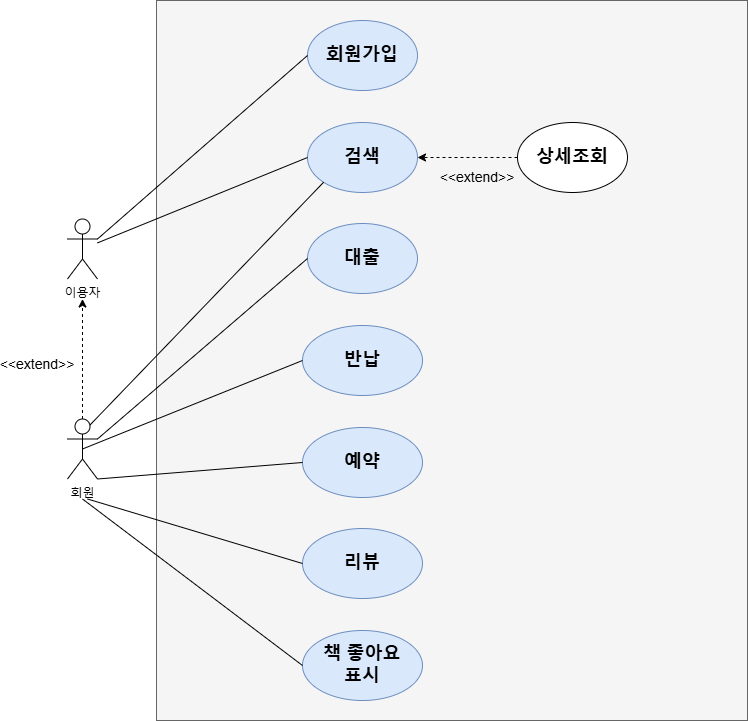
Earlier version of the draw.io export Docs/도서관리_Usecase.png (minjuKwon/library-app). Source tidied: cells renumbered, new cells last; positions are measured from the earlier drawing's top-left corner, leaving out a move shared by most shapes. Source of this version:
```xml
<mxGraphModel>
  <root>
    <mxCell id="0" />
    <mxCell id="1" parent="0" />
    <mxCell id="2" style="rounded=0;whiteSpace=wrap;html=1;fillColor=#f5f5f5;fontColor=#333333;strokeColor=#666666;" parent="1" vertex="1">
      <mxGeometry x="149" width="591" height="720" as="geometry" />
    </mxCell>
    <mxCell id="3" value="&lt;span style=&quot;font-size: 18px;&quot;&gt;&lt;b&gt;검색&lt;/b&gt;&lt;/span&gt;" style="ellipse;whiteSpace=wrap;html=1;fillColor=#dae8fc;strokeColor=#6c8ebf;" parent="1" vertex="1">
      <mxGeometry x="300" y="122" width="110" height="70" as="geometry" />
    </mxCell>
    <mxCell id="4" value="&lt;span style=&quot;font-size: 18px;&quot;&gt;&lt;b&gt;회원가입&lt;/b&gt;&lt;/span&gt;" style="ellipse;whiteSpace=wrap;html=1;fillColor=#dae8fc;strokeColor=#6c8ebf;" parent="1" vertex="1">
      <mxGeometry x="300" y="20" width="110" height="70" as="geometry" />
    </mxCell>
    <mxCell id="5" value="&lt;span style=&quot;font-size: 18px;&quot;&gt;&lt;b&gt;대출&lt;br&gt;&lt;/b&gt;&lt;/span&gt;" style="ellipse;whiteSpace=wrap;html=1;fillColor=#dae8fc;strokeColor=#6c8ebf;" parent="1" vertex="1">
      <mxGeometry x="300" y="223" width="110" height="70" as="geometry" />
    </mxCell>
    <mxCell id="6" value="&lt;span style=&quot;font-size: 18px;&quot;&gt;&lt;b&gt;반납&lt;br&gt;&lt;/b&gt;&lt;/span&gt;" style="ellipse;whiteSpace=wrap;html=1;fillColor=#dae8fc;strokeColor=#6c8ebf;" parent="1" vertex="1">
      <mxGeometry x="295" y="325" width="120" height="70" as="geometry" />
    </mxCell>
    <mxCell id="7" value="&lt;span style=&quot;font-size: 18px;&quot;&gt;&lt;b&gt;예약&lt;/b&gt;&lt;/span&gt;" style="ellipse;whiteSpace=wrap;html=1;fillColor=#dae8fc;strokeColor=#6c8ebf;" parent="1" vertex="1">
      <mxGeometry x="295" y="427" width="120" height="70" as="geometry" />
    </mxCell>
    <mxCell id="8" style="endArrow=none;html=1;rounded=0;entryX=0;entryY=0.5;entryDx=0;entryDy=0;" parent="1" edge="1" source="24" target="3">
      <mxGeometry relative="1" as="geometry" />
    </mxCell>
    <mxCell id="9" style="endArrow=none;html=1;rounded=0;entryX=0;entryY=0.5;entryDx=0;entryDy=0;exitX=1;exitY=0.3333333333333333;exitDx=0;exitDy=0;exitPerimeter=0;" parent="1" edge="1" source="24" target="4">
      <mxGeometry relative="1" as="geometry" />
    </mxCell>
    <mxCell id="10" style="endArrow=none;html=1;rounded=0;entryX=0;entryY=0.5;entryDx=0;entryDy=0;exitX=1;exitY=0.3333333333333333;exitDx=0;exitDy=0;exitPerimeter=0;" parent="1" edge="1" source="22" target="5">
      <mxGeometry relative="1" as="geometry" />
    </mxCell>
    <mxCell id="11" style="endArrow=none;html=1;rounded=0;entryX=0;entryY=0.5;entryDx=0;entryDy=0;exitX=0.5;exitY=0.5;exitDx=0;exitDy=0;exitPerimeter=0;" parent="1" edge="1" source="22" target="6">
      <mxGeometry relative="1" as="geometry" />
    </mxCell>
    <mxCell id="12" style="endArrow=none;html=1;rounded=0;exitX=1;exitY=1;exitDx=0;exitDy=0;exitPerimeter=0;entryX=0;entryY=0.5;entryDx=0;entryDy=0;" parent="1" edge="1" source="22" target="7">
      <mxGeometry relative="1" as="geometry" />
    </mxCell>
    <mxCell id="13" value="&lt;b&gt;&lt;font style=&quot;font-size: 18px;&quot;&gt;상세조회&lt;br&gt;&lt;/font&gt;&lt;/b&gt;" style="ellipse;whiteSpace=wrap;html=1;" parent="1" vertex="1">
      <mxGeometry x="510" y="122" width="110" height="70" as="geometry" />
    </mxCell>
    <mxCell id="14" style="endArrow=classic;html=1;rounded=0;entryX=1;entryY=0.5;entryDx=0;entryDy=0;dashed=1;" parent="1" edge="1" source="13" target="3">
      <mxGeometry relative="1" as="geometry" />
    </mxCell>
    <mxCell id="15" value="&amp;lt;&amp;lt;extend&amp;gt;&amp;gt;" style="text;html=1;strokeColor=none;fillColor=none;align=center;verticalAlign=middle;whiteSpace=wrap;rounded=0;fontSize=14;" parent="1" vertex="1">
      <mxGeometry x="440" y="162" width="60" height="30" as="geometry" />
    </mxCell>
    <mxCell id="16" value="&lt;span style=&quot;font-size: 18px;&quot;&gt;&lt;b&gt;리뷰&lt;/b&gt;&lt;/span&gt;" style="ellipse;whiteSpace=wrap;html=1;fillColor=#dae8fc;strokeColor=#6c8ebf;" parent="1" vertex="1">
      <mxGeometry x="295" y="528" width="120" height="70" as="geometry" />
    </mxCell>
    <mxCell id="17" style="endArrow=none;html=1;rounded=0;entryX=0;entryY=1;entryDx=0;entryDy=0;exitX=0.75;exitY=0.1;exitDx=0;exitDy=0;exitPerimeter=0;" parent="1" edge="1" source="22" target="3">
      <mxGeometry relative="1" as="geometry" />
    </mxCell>
    <mxCell id="18" style="endArrow=none;html=1;rounded=0;entryX=0;entryY=0.5;entryDx=0;entryDy=0;" parent="1" edge="1" target="16">
      <mxGeometry relative="1" as="geometry">
        <mxPoint x="80" y="498.5" as="sourcePoint" />
      </mxGeometry>
    </mxCell>
    <mxCell id="19" value="&lt;span style=&quot;font-size: 18px;&quot;&gt;&lt;b&gt;책 좋아요&lt;br&gt;표시&lt;/b&gt;&lt;/span&gt;" style="ellipse;whiteSpace=wrap;html=1;fillColor=#dae8fc;strokeColor=#6c8ebf;" parent="1" vertex="1">
      <mxGeometry x="295" y="630" width="120" height="70" as="geometry" />
    </mxCell>
    <mxCell id="20" style="endArrow=none;html=1;rounded=0;entryX=0;entryY=0.5;entryDx=0;entryDy=0;" parent="1" edge="1" target="19">
      <mxGeometry relative="1" as="geometry">
        <mxPoint x="75" y="498.5" as="sourcePoint" />
      </mxGeometry>
    </mxCell>
    <mxCell id="21" style="group;" parent="1" vertex="1">
      <mxGeometry y="218.5" width="90" height="260" as="geometry" />
    </mxCell>
    <mxCell id="22" value="회원" style="shape=umlActor;verticalLabelPosition=bottom;verticalAlign=top;html=1;outlineConnect=0;" parent="21" vertex="1">
      <mxGeometry x="60" y="200" width="30" height="60" as="geometry" />
    </mxCell>
    <mxCell id="23" style="group;" parent="21" vertex="1">
      <mxGeometry width="90" height="160" as="geometry" />
    </mxCell>
    <mxCell id="24" value="이용자" style="shape=umlActor;verticalLabelPosition=bottom;verticalAlign=top;html=1;outlineConnect=0;" parent="23" vertex="1">
      <mxGeometry x="60" width="30" height="60" as="geometry" />
    </mxCell>
    <mxCell id="25" style="endArrow=classic;html=1;rounded=0;exitX=0.5;exitY=0;exitDx=0;exitDy=0;exitPerimeter=0;dashed=1;" parent="23" edge="1" source="22">
      <mxGeometry relative="1" as="geometry">
        <mxPoint x="75" y="80" as="targetPoint" />
      </mxGeometry>
    </mxCell>
    <mxCell id="26" value="&amp;lt;&amp;lt;extend&amp;gt;&amp;gt;" style="text;html=1;strokeColor=none;fillColor=none;align=center;verticalAlign=middle;whiteSpace=wrap;rounded=0;fontSize=14;rotation=0;" parent="23" vertex="1">
      <mxGeometry y="130" width="60" height="30" as="geometry" />
    </mxCell>
  </root>
</mxGraphModel>
```
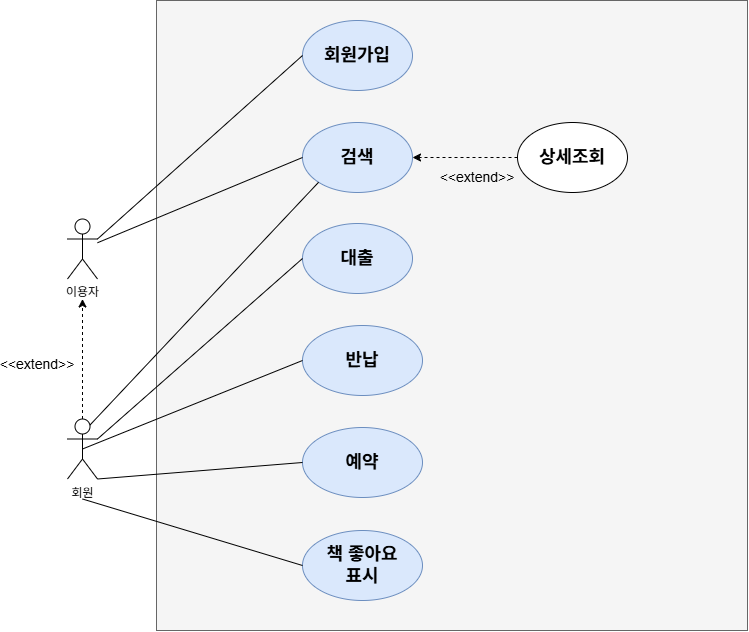
The same file after the commit.

The edit, as a diff of the source:
```diff
@@ -2,23 +2,23 @@
   <root>
     <mxCell id="0" />
     <mxCell id="1" parent="0" />
-    <mxCell id="2" style="rounded=0;whiteSpace=wrap;html=1;fillColor=#f5f5f5;fontColor=#333333;strokeColor=#666666;" parent="1" vertex="1">
-      <mxGeometry x="149" width="591" height="720" as="geometry" />
-    </mxCell>
+    <mxCell id="27" style="rounded=0;whiteSpace=wrap;html=1;fillColor=#f5f5f5;fontColor=#333333;strokeColor=#666666;" parent="1" vertex="1">
+      <mxGeometry x="189" y="40" width="591" height="630" as="geometry" />
+    </mxCell>
     <mxCell id="3" value="&lt;span style=&quot;font-size: 18px;&quot;&gt;&lt;b&gt;검색&lt;/b&gt;&lt;/span&gt;" style="ellipse;whiteSpace=wrap;html=1;fillColor=#dae8fc;strokeColor=#6c8ebf;" parent="1" vertex="1">
-      <mxGeometry x="300" y="122" width="110" height="70" as="geometry" />
+      <mxGeometry x="335" y="162" width="110" height="70" as="geometry" />
     </mxCell>
     <mxCell id="4" value="&lt;span style=&quot;font-size: 18px;&quot;&gt;&lt;b&gt;회원가입&lt;/b&gt;&lt;/span&gt;" style="ellipse;whiteSpace=wrap;html=1;fillColor=#dae8fc;strokeColor=#6c8ebf;" parent="1" vertex="1">
-      <mxGeometry x="300" y="20" width="110" height="70" as="geometry" />
+      <mxGeometry x="335" y="60" width="110" height="70" as="geometry" />
     </mxCell>
     <mxCell id="5" value="&lt;span style=&quot;font-size: 18px;&quot;&gt;&lt;b&gt;대출&lt;br&gt;&lt;/b&gt;&lt;/span&gt;" style="ellipse;whiteSpace=wrap;html=1;fillColor=#dae8fc;strokeColor=#6c8ebf;" parent="1" vertex="1">
-      <mxGeometry x="300" y="223" width="110" height="70" as="geometry" />
+      <mxGeometry x="335" y="263" width="110" height="70" as="geometry" />
     </mxCell>
     <mxCell id="6" value="&lt;span style=&quot;font-size: 18px;&quot;&gt;&lt;b&gt;반납&lt;br&gt;&lt;/b&gt;&lt;/span&gt;" style="ellipse;whiteSpace=wrap;html=1;fillColor=#dae8fc;strokeColor=#6c8ebf;" parent="1" vertex="1">
-      <mxGeometry x="295" y="325" width="120" height="70" as="geometry" />
+      <mxGeometry x="335" y="365" width="120" height="70" as="geometry" />
     </mxCell>
     <mxCell id="7" value="&lt;span style=&quot;font-size: 18px;&quot;&gt;&lt;b&gt;예약&lt;/b&gt;&lt;/span&gt;" style="ellipse;whiteSpace=wrap;html=1;fillColor=#dae8fc;strokeColor=#6c8ebf;" parent="1" vertex="1">
-      <mxGeometry x="295" y="427" width="120" height="70" as="geometry" />
+      <mxGeometry x="335" y="467" width="120" height="70" as="geometry" />
     </mxCell>
     <mxCell id="8" style="endArrow=none;html=1;rounded=0;entryX=0;entryY=0.5;entryDx=0;entryDy=0;" parent="1" edge="1" source="24" target="3">
       <mxGeometry relative="1" as="geometry" />
@@ -36,50 +36,42 @@
       <mxGeometry relative="1" as="geometry" />
     </mxCell>
     <mxCell id="13" value="&lt;b&gt;&lt;font style=&quot;font-size: 18px;&quot;&gt;상세조회&lt;br&gt;&lt;/font&gt;&lt;/b&gt;" style="ellipse;whiteSpace=wrap;html=1;" parent="1" vertex="1">
-      <mxGeometry x="510" y="122" width="110" height="70" as="geometry" />
+      <mxGeometry x="550" y="162" width="110" height="70" as="geometry" />
     </mxCell>
     <mxCell id="14" style="endArrow=classic;html=1;rounded=0;entryX=1;entryY=0.5;entryDx=0;entryDy=0;dashed=1;" parent="1" edge="1" source="13" target="3">
       <mxGeometry relative="1" as="geometry" />
     </mxCell>
     <mxCell id="15" value="&amp;lt;&amp;lt;extend&amp;gt;&amp;gt;" style="text;html=1;strokeColor=none;fillColor=none;align=center;verticalAlign=middle;whiteSpace=wrap;rounded=0;fontSize=14;" parent="1" vertex="1">
-      <mxGeometry x="440" y="162" width="60" height="30" as="geometry" />
+      <mxGeometry x="480" y="202" width="60" height="30" as="geometry" />
     </mxCell>
-    <mxCell id="16" value="&lt;span style=&quot;font-size: 18px;&quot;&gt;&lt;b&gt;리뷰&lt;/b&gt;&lt;/span&gt;" style="ellipse;whiteSpace=wrap;html=1;fillColor=#dae8fc;strokeColor=#6c8ebf;" parent="1" vertex="1">
-      <mxGeometry x="295" y="528" width="120" height="70" as="geometry" />
-    </mxCell>
     <mxCell id="17" style="endArrow=none;html=1;rounded=0;entryX=0;entryY=1;entryDx=0;entryDy=0;exitX=0.75;exitY=0.1;exitDx=0;exitDy=0;exitPerimeter=0;" parent="1" edge="1" source="22" target="3">
       <mxGeometry relative="1" as="geometry" />
     </mxCell>
-    <mxCell id="18" style="endArrow=none;html=1;rounded=0;entryX=0;entryY=0.5;entryDx=0;entryDy=0;" parent="1" edge="1" target="16">
-      <mxGeometry relative="1" as="geometry">
-        <mxPoint x="80" y="498.5" as="sourcePoint" />
-      </mxGeometry>
-    </mxCell>
     <mxCell id="19" value="&lt;span style=&quot;font-size: 18px;&quot;&gt;&lt;b&gt;책 좋아요&lt;br&gt;표시&lt;/b&gt;&lt;/span&gt;" style="ellipse;whiteSpace=wrap;html=1;fillColor=#dae8fc;strokeColor=#6c8ebf;" parent="1" vertex="1">
-      <mxGeometry x="295" y="630" width="120" height="70" as="geometry" />
+      <mxGeometry x="335" y="570" width="120" height="70" as="geometry" />
     </mxCell>
-    <mxCell id="20" style="endArrow=none;html=1;rounded=0;entryX=0;entryY=0.5;entryDx=0;entryDy=0;" parent="1" edge="1" target="19">
-      <mxGeometry relative="1" as="geometry">
-        <mxPoint x="75" y="498.5" as="sourcePoint" />
-      </mxGeometry>
-    </mxCell>
-    <mxCell id="21" style="group;" parent="1" vertex="1">
-      <mxGeometry y="218.5" width="90" height="260" as="geometry" />
-    </mxCell>
+    <mxCell id="28" style="endArrow=none;html=1;rounded=0;entryX=0;entryY=0.5;entryDx=0;entryDy=0;" parent="1" edge="1" target="19">
+      <mxGeometry relative="1" as="geometry">
+        <mxPoint x="115" y="538.5" as="sourcePoint" />
+      </mxGeometry>
+    </mxCell>
+    <mxCell id="29" style="group;" parent="1" vertex="1">
+      <mxGeometry x="40" y="258.5" width="90" height="260" as="geometry" />
+    </mxCell>
-    <mxCell id="22" value="회원" style="shape=umlActor;verticalLabelPosition=bottom;verticalAlign=top;html=1;outlineConnect=0;" parent="21" vertex="1">
+    <mxCell id="22" value="회원" style="shape=umlActor;verticalLabelPosition=bottom;verticalAlign=top;html=1;outlineConnect=0;" parent="29" vertex="1">
       <mxGeometry x="60" y="200" width="30" height="60" as="geometry" />
     </mxCell>
-    <mxCell id="23" style="group;" parent="21" vertex="1">
+    <mxCell id="23" style="group;" parent="29" vertex="1">
       <mxGeometry width="90" height="160" as="geometry" />
     </mxCell>
     <mxCell id="24" value="이용자" style="shape=umlActor;verticalLabelPosition=bottom;verticalAlign=top;html=1;outlineConnect=0;" parent="23" vertex="1">
       <mxGeometry x="60" width="30" height="60" as="geometry" />
     </mxCell>
-    <mxCell id="25" style="endArrow=classic;html=1;rounded=0;exitX=0.5;exitY=0;exitDx=0;exitDy=0;exitPerimeter=0;dashed=1;" parent="23" edge="1" source="22">
-      <mxGeometry relative="1" as="geometry">
-        <mxPoint x="75" y="80" as="targetPoint" />
-      </mxGeometry>
-    </mxCell>
+    <mxCell id="30" style="endArrow=classic;html=1;rounded=0;exitX=0.5;exitY=0;exitDx=0;exitDy=0;exitPerimeter=0;dashed=1;" parent="23" edge="1" source="22">
+      <mxGeometry relative="1" as="geometry">
+        <mxPoint x="75" y="80" as="targetPoint" />
+      </mxGeometry>
+    </mxCell>
     <mxCell id="26" value="&amp;lt;&amp;lt;extend&amp;gt;&amp;gt;" style="text;html=1;strokeColor=none;fillColor=none;align=center;verticalAlign=middle;whiteSpace=wrap;rounded=0;fontSize=14;rotation=0;" parent="23" vertex="1">
       <mxGeometry y="130" width="60" height="30" as="geometry" />
     </mxCell>
```
